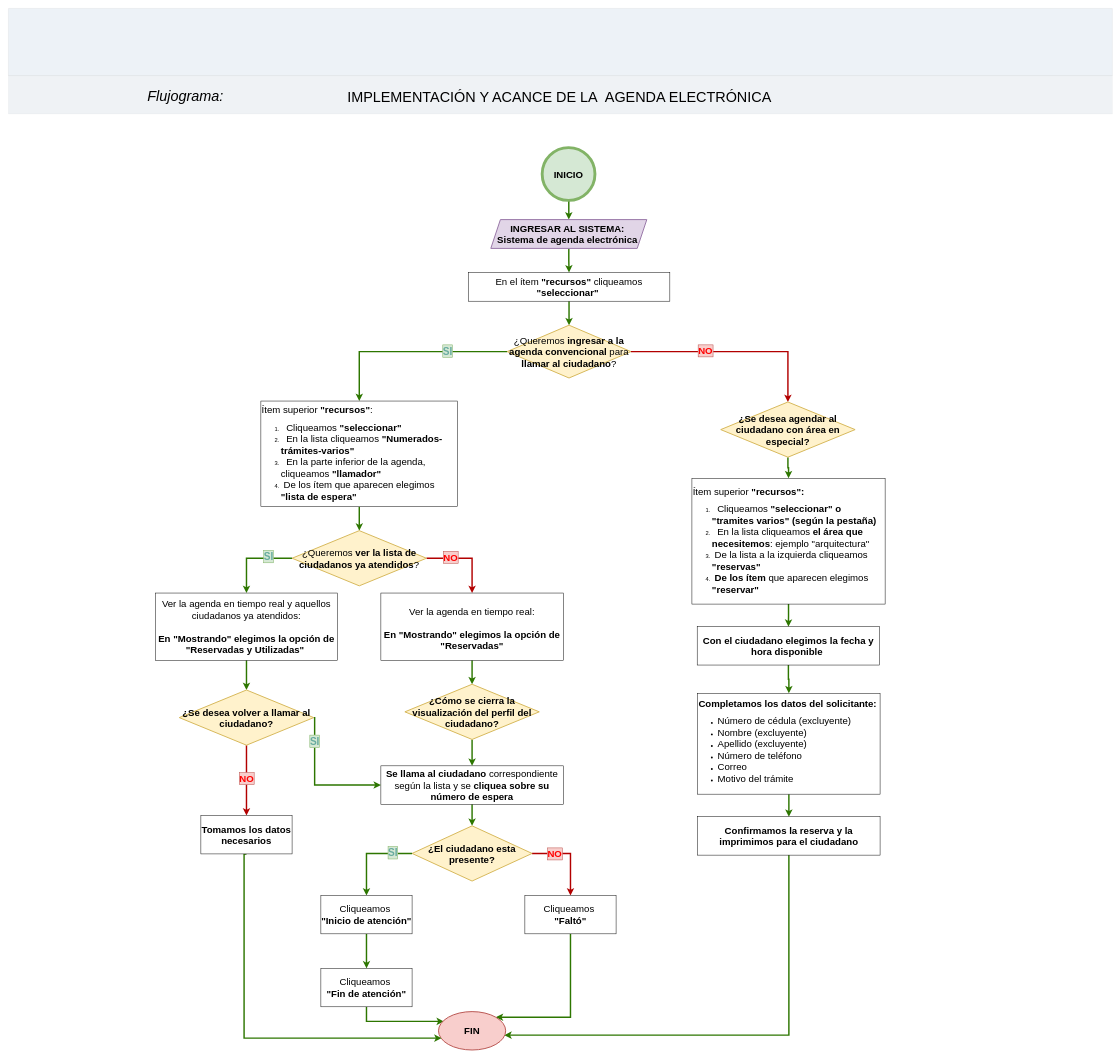
This is page "Agenda electrónica" (2 of 2) of Denuncias_obras/Denuncias_obras_sinpermiso.drawio from adlc20/Manual_de_procedimientos_ccz9, a draw.io file, before an edit. Source tidied: cells renumbered, new cells numbered last; positions are measured from the earlier drawing's top-left corner, leaving out a move shared by most shapes. Both pictures are drawn from the tidied source at 48%, with x=0, y=0 at pixel (8, 8).
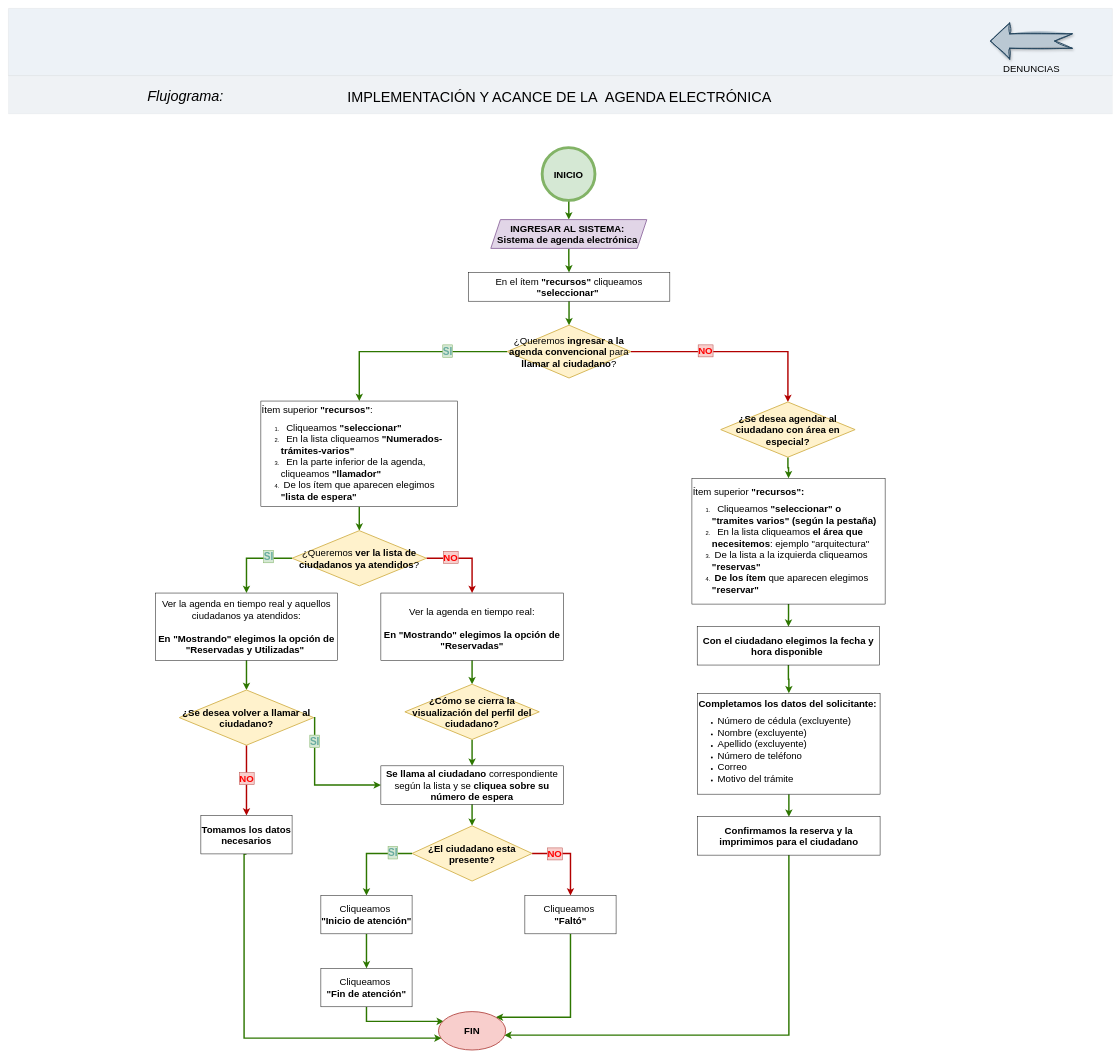
The same page after the edit.

Diff of the diagram source:
```diff
@@
+    <mxCell id="61" value="&lt;font style=&quot;font-size: 20px;&quot;&gt;DENUNCIAS&lt;/font&gt;" style="verticalLabelPosition=bottom;verticalAlign=top;html=1;strokeWidth=2;shape=mxgraph.arrows2.arrow;dy=0.6;dx=40;notch=36;direction=west;fillColor=#bac8d3;strokeColor=#23445d;fillStyle=solid;sketch=1;curveFitting=1;jiggle=2;shadow=1;" parent="1" vertex="1">
+      <mxGeometry x="2046" y="30.5" width="170" height="75" as="geometry" />
+    </mxCell>
```
